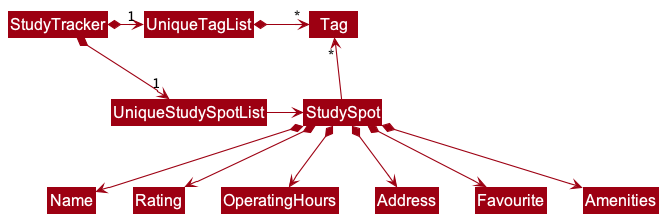
Before: docs/images/BetterModelClassDiagram.png, a diagram exported from PlantUML (ruoyann/tp).
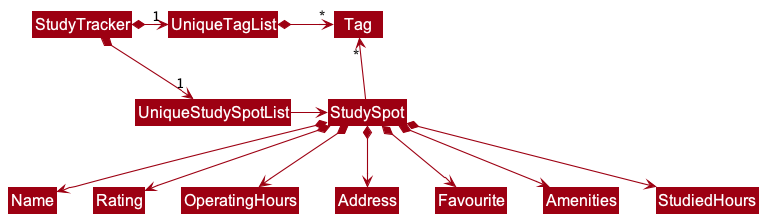
The same file after the commit.

Diff of the diagram source:
```diff
@@ -21,4 +21,5 @@
 StudySpot *--> Address
 StudySpot *--> Favourite
 StudySpot *--> Amenities
+StudySpot *--> StudiedHours
 @enduml
```
